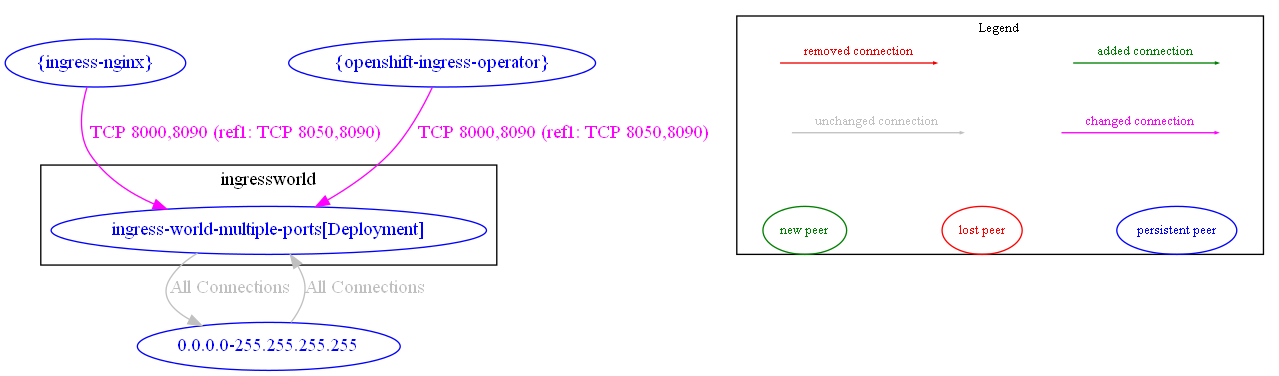
Earlier version of the Graphviz export test_outputs/diff/diff_between_multiple_ingress_objects_with_different_ports_new_and_multiple_ingress_objects_with_different_ports.dot.png (np-guard/netpol-analyzer). Its source is kept beside it as test_outputs/diff/diff_between_multiple_ingress_objects_with_different_ports_new_and_multiple_ingress_objects_with_different_ports.dot.
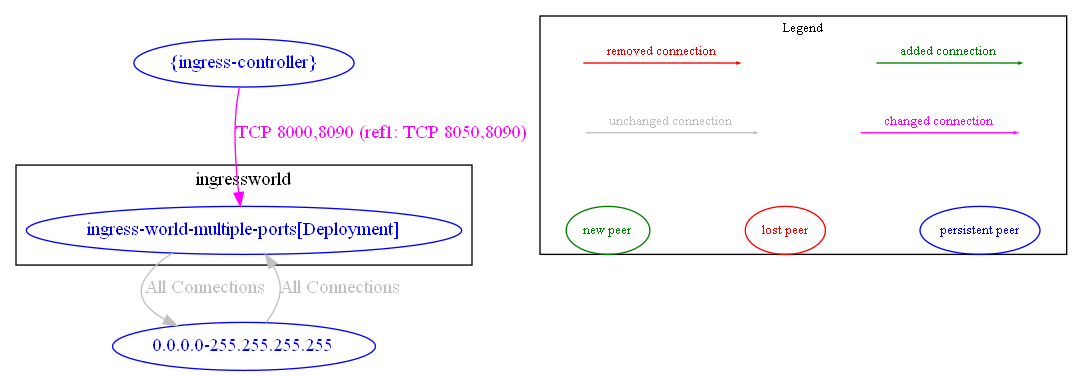
After the commit.

Diff of the diagram source:
```diff
@@ -4,12 +4,10 @@
 		label="ingressworld"
 	}
 	"0.0.0.0-255.255.255.255" [label="0.0.0.0-255.255.255.255" color="blue" fontcolor="blue"]
-	"{ingress-nginx}" [label="{ingress-nginx}" color="blue" fontcolor="blue"]
-	"{openshift-ingress-operator}" [label="{openshift-ingress-operator}" color="blue" fontcolor="blue"]
+	"{ingress-controller}" [label="{ingress-controller}" color="blue" fontcolor="blue"]
 	"0.0.0.0-255.255.255.255" -> "ingressworld/ingress-world-multiple-ports[Deployment]" [label="All Connections" color="grey" fontcolor="grey"]
 	"ingressworld/ingress-world-multiple-ports[Deployment]" -> "0.0.0.0-255.255.255.255" [label="All Connections" color="grey" fontcolor="grey"]
-	"{ingress-nginx}" -> "ingressworld/ingress-world-multiple-ports[Deployment]" [label="TCP 8000,8090 (ref1: TCP 8050,8090)" color="magenta" fontcolor="magenta"]
-	"{openshift-ingress-operator}" -> "ingressworld/ingress-world-multiple-ports[Deployment]" [label="TCP 8000,8090 (ref1: TCP 8050,8090)" color="magenta" fontcolor="magenta"]
+	"{ingress-controller}" -> "ingressworld/ingress-world-multiple-ports[Deployment]" [label="TCP 8000,8090 (ref1: TCP 8050,8090)" color="magenta" fontcolor="magenta"]
 	nodesep=0.5
 	subgraph cluster_legend {
 		label="Legend"
```
